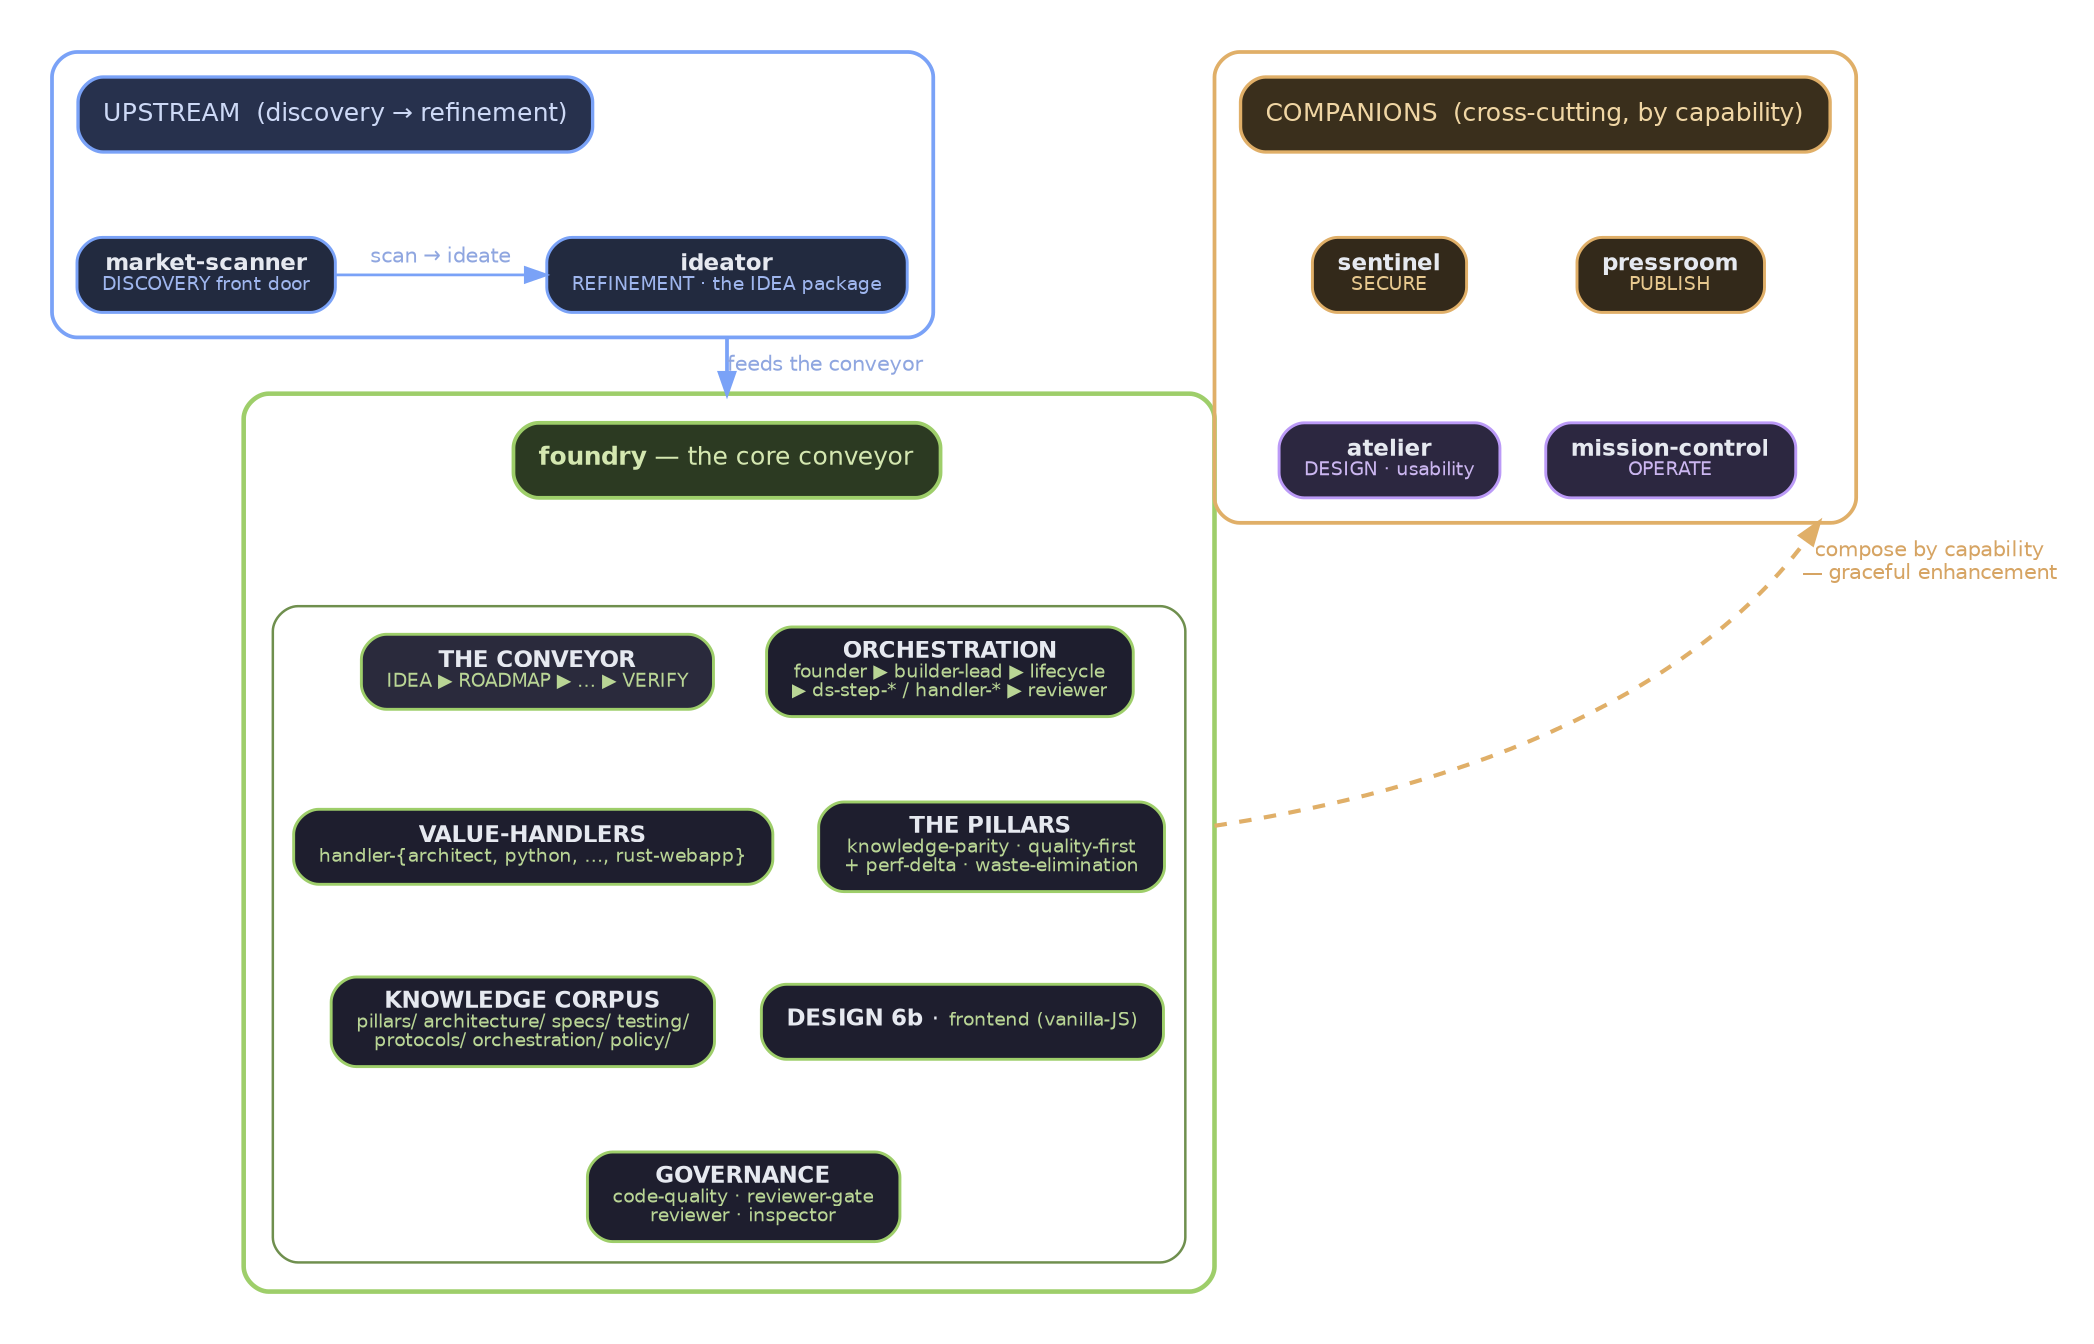
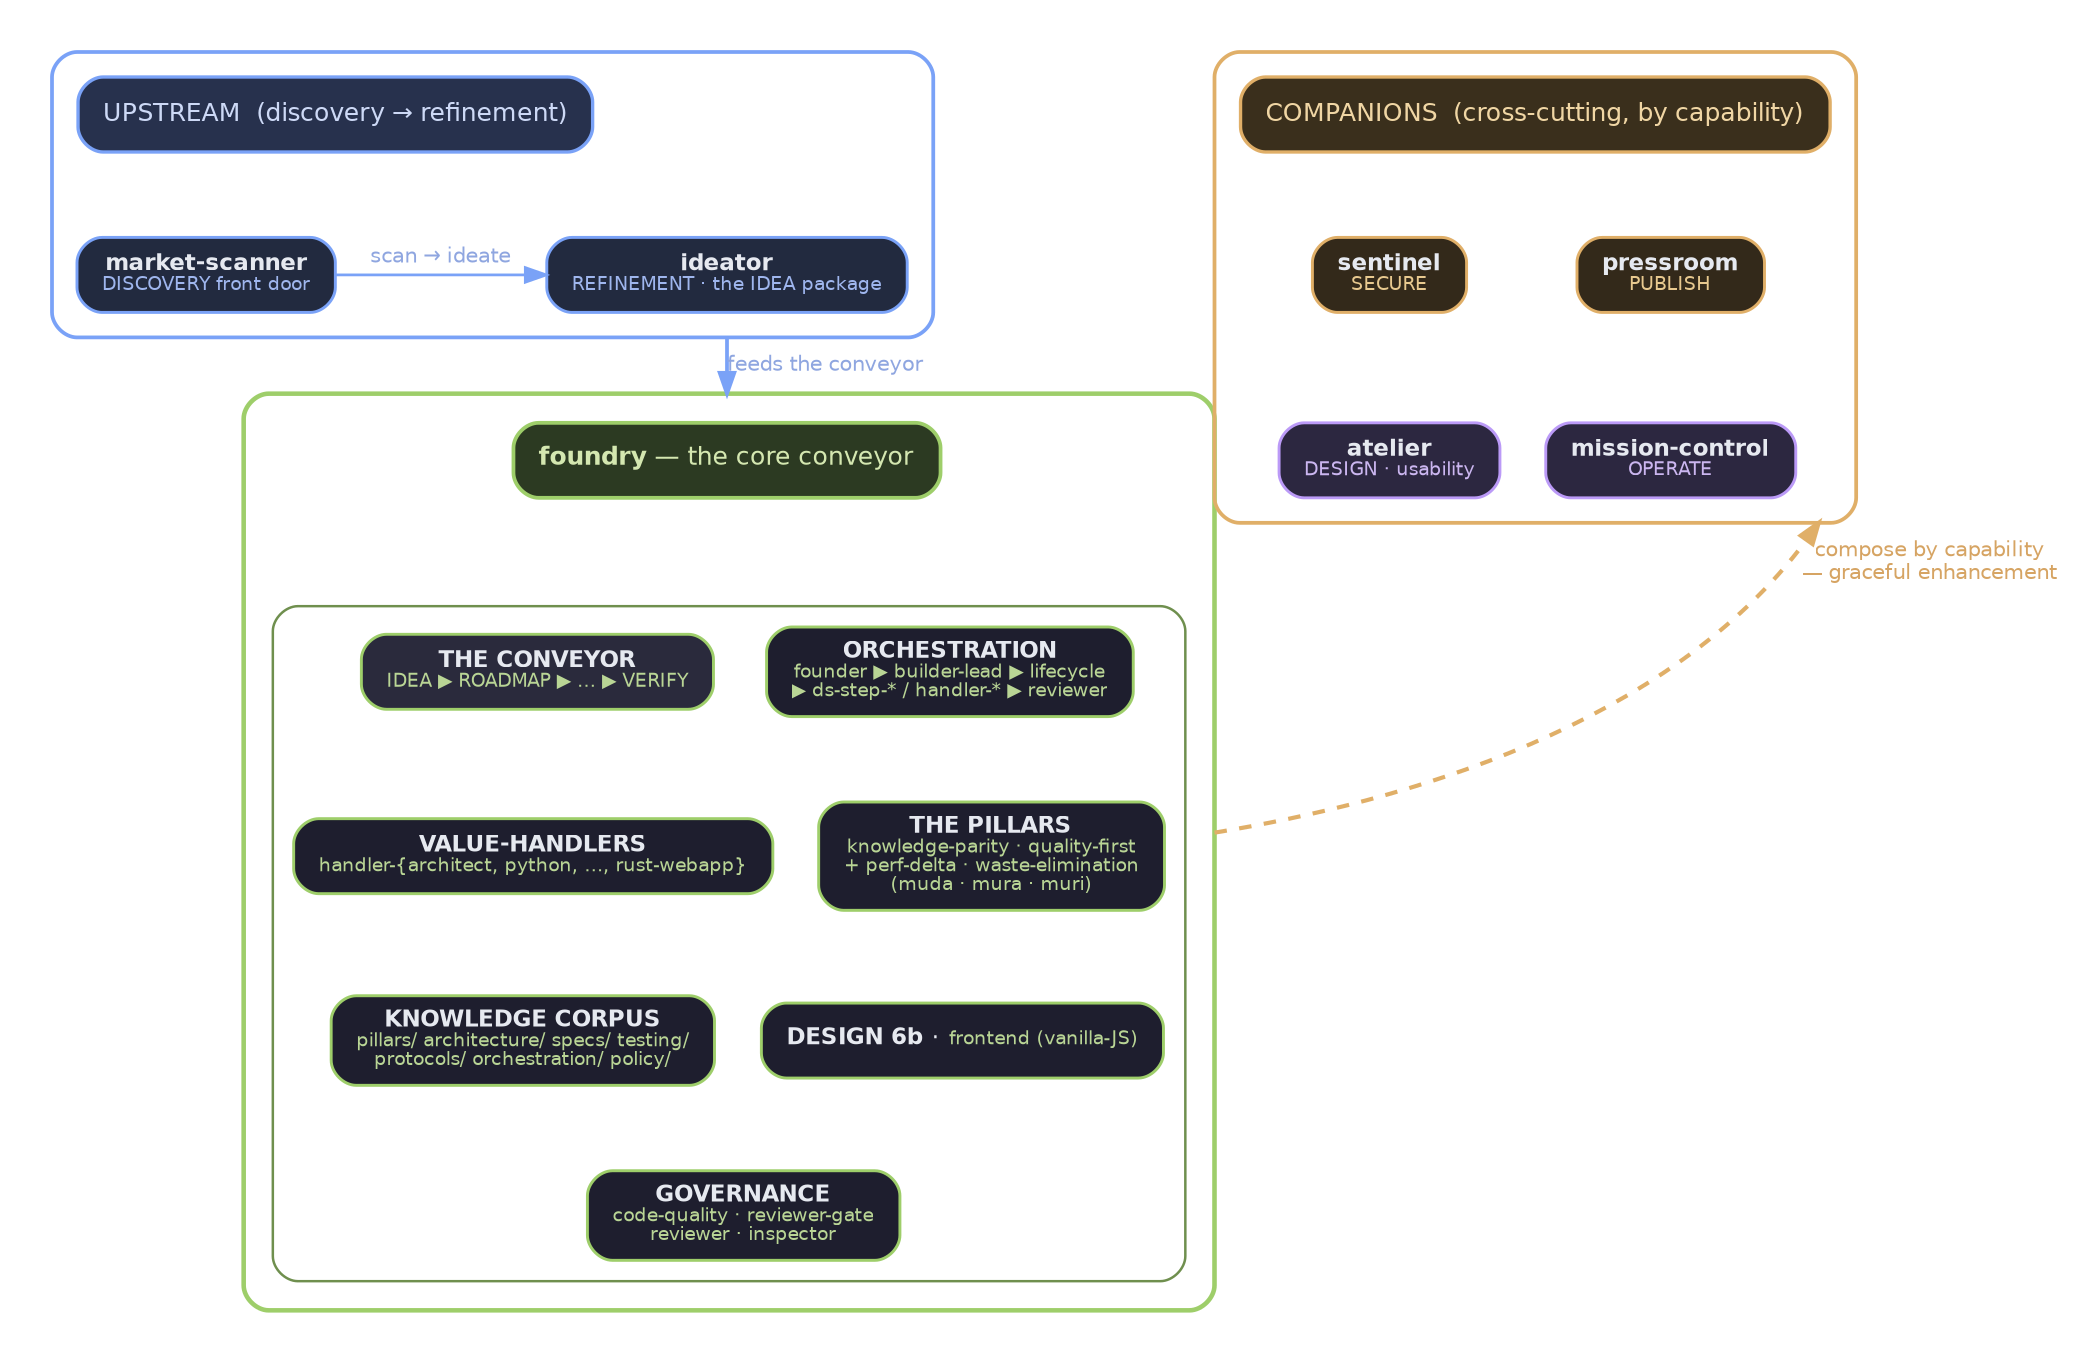
digraph DomainArchB {
  bgcolor="transparent"
  rankdir=TB
  compound=true
  newrank=true
  nodesep=0.30
  ranksep=0.55
  margin=0.18
  fontname="DejaVu Sans"

  node [shape=box, style="filled,rounded", fillcolor="#1e1e2e", color="#9aa2c0",
        fontcolor="#e6e9f0", fontname="DejaVu Sans", fontsize=11,
        penwidth=1.4, margin="0.16,0.10"]
  edge [color="#9aa2c0", fontcolor="#b8bed0", fontname="DejaVu Sans",
        fontsize=10, penwidth=1.3]

  // Cluster titles ride ON a filled accent chip so the cluster NAME clears BOTH
  // grounds (a plain cluster label on transparent ground washes out on white).

  // ================= UPSTREAM lane (top) =================
  subgraph cluster_upstream {
    label=""
    style="rounded"; color="#7aa2f7"; penwidth=1.8; bgcolor="transparent"; margin=12

    up_title [label="UPSTREAM  (discovery → refinement)", shape=box,
              style="filled,rounded", fillcolor="#27314d", color="#7aa2f7",
              fontcolor="#cdd9f6", fontsize=12, penwidth=1.6]
    scanner [label=<<b>market-scanner</b><br/><font point-size="9" color="#9fb6ee">DISCOVERY front door</font>>,
             fillcolor="#222a3f", color="#7aa2f7"]
    ideator [label=<<b>ideator</b><br/><font point-size="9" color="#9fb6ee">REFINEMENT &middot; the IDEA package</font>>,
             fillcolor="#222a3f", color="#7aa2f7"]

    // scan → ideate: market-scanner LEFT, ideator RIGHT, arrow points right (reading order)
    { rank=same; scanner; ideator }
    up_title -> scanner [style=invis]
    scanner -> ideator [label="  scan → ideate  ", fontcolor="#8fa6e0", color="#7aa2f7",
                        weight=20]
  }

  // ================= CORE foundry (middle) =================
  subgraph cluster_core {
    label=""
    style="rounded"; color="#9ece6a"; penwidth=2.2; bgcolor="transparent"; margin=14

    core_title [label=<<b>foundry</b> &mdash; the core conveyor>, shape=box,
                style="filled,rounded", fillcolor="#2c3a22", color="#9ece6a",
                fontcolor="#d4e7b0", fontsize=12, penwidth=1.8]

    subgraph cluster_core_cells {
      label=""
      style="rounded"; color="#6f8f4e"; penwidth=1.2; bgcolor="transparent"; margin=10

      cell_conveyor [label=<<b>THE CONVEYOR</b><br/><font point-size="9" color="#b9d595">IDEA ▶ ROADMAP ▶ … ▶ VERIFY</font>>,
                     fillcolor="#2a2a3c", color="#9ece6a"]
      cell_orch [label=<<b>ORCHESTRATION</b><br/><font point-size="9" color="#b9d595">founder ▶ builder-lead ▶ lifecycle<br/>▶ ds-step-* / handler-* ▶ reviewer</font>>,
                 fillcolor="#1e1e2e", color="#9ece6a"]
      cell_handlers [label=<<b>VALUE-HANDLERS</b><br/><font point-size="9" color="#b9d595">handler-{architect, python, &hellip;, rust-webapp}</font>>,
                     fillcolor="#1e1e2e", color="#9ece6a"]
-       cell_pillars [label=<<b>THE PILLARS</b><br/><font point-size="9" color="#b9d595">knowledge-parity &middot; quality-first<br/>+ perf-delta &middot; waste-elimination</font>>,
+       cell_pillars [label=<<b>THE PILLARS</b><br/><font point-size="9" color="#b9d595">knowledge-parity &middot; quality-first<br/>+ perf-delta &middot; waste-elimination<br/>(muda &middot; mura &middot; muri)</font>>,
                    fillcolor="#1e1e2e", color="#9ece6a"]
      cell_corpus [label=<<b>KNOWLEDGE CORPUS</b><br/><font point-size="9" color="#b9d595">pillars/ architecture/ specs/ testing/<br/>protocols/ orchestration/ policy/</font>>,
                   fillcolor="#1e1e2e", color="#9ece6a"]
      cell_design [label=<<b>DESIGN 6b</b> &middot; <font point-size="9" color="#b9d595">frontend (vanilla-JS)</font>>,
                   fillcolor="#1e1e2e", color="#9ece6a"]
      cell_gov [label=<<b>GOVERNANCE</b><br/><font point-size="9" color="#b9d595">code-quality &middot; reviewer-gate<br/>reviewer &middot; inspector</font>>,
                fillcolor="#1e1e2e", color="#9ece6a"]

      // fold the 7 cells into a 2-wide grid so the core box stays compact
      { rank=same; cell_conveyor;  cell_orch }
      { rank=same; cell_handlers;  cell_pillars }
      { rank=same; cell_corpus;    cell_design }
      cell_conveyor  -> cell_handlers [style=invis]
      cell_orch      -> cell_pillars  [style=invis]
      cell_handlers  -> cell_corpus   [style=invis]
      cell_pillars   -> cell_design   [style=invis]
      cell_corpus    -> cell_gov      [style=invis]
      cell_design    -> cell_gov      [style=invis]
    }

    core_title -> cell_conveyor [style=invis]
    core_title -> cell_orch     [style=invis]
  }

  // ================= COMPANIONS lane (bottom) =================
  subgraph cluster_companions {
    label=""
    style="rounded"; color="#e0af68"; penwidth=1.8; bgcolor="transparent"; margin=12

    co_title [label="COMPANIONS  (cross-cutting, by capability)", shape=box,
              style="filled,rounded", fillcolor="#3a2f1c", color="#e0af68",
              fontcolor="#f0d6a4", fontsize=12, penwidth=1.6]
    sentinel [label=<<b>sentinel</b><br/><font point-size="9" color="#e8c98f">SECURE</font>>,
              fillcolor="#33291a", color="#e0af68"]
    pressroom [label=<<b>pressroom</b><br/><font point-size="9" color="#e8c98f">PUBLISH</font>>,
               fillcolor="#33291a", color="#e0af68"]
    atelier [label=<<b>atelier</b><br/><font point-size="9" color="#cbb6f0">DESIGN &middot; usability</font>>,
             fillcolor="#2c2740", color="#bb9af7"]
    mission [label=<<b>mission-control</b><br/><font point-size="9" color="#cbb6f0">OPERATE</font>>,
             fillcolor="#2c2740", color="#bb9af7"]

    // clean 2×2 grid DIRECTLY beneath the title bar (no L-shaped spill)
    { rank=same; sentinel;  pressroom }
    { rank=same; atelier;   mission }
    co_title  -> sentinel  [style=invis]
    co_title  -> pressroom [style=invis]
    sentinel  -> atelier   [style=invis, weight=10]
    pressroom -> mission   [style=invis, weight=10]
  }

  // ================= cross-lane flow =================
  ideator -> core_title [ltail=cluster_upstream, lhead=cluster_core,
                         label="feeds the conveyor", color="#7aa2f7",
                         fontcolor="#8fa6e0", penwidth=1.8, weight=20]

  // ONE group→group edge: companions cluster cross-cuts the WHOLE foundry.
  // ltail/lhead clip the edge to BOTH cluster boundaries — it terminates on the
  // core BOUNDARY, not a single inner cell, so it reads as whole-foundry enhancement.
  cell_pillars -> sentinel [ltail=cluster_core, lhead=cluster_companions,
                            label="compose by capability\n— graceful enhancement",
                            color="#e0af68", fontcolor="#d6a463", style=dashed,
                            penwidth=2.0, dir=both, arrowtail=none, weight=1,
                            constraint=false]
}
